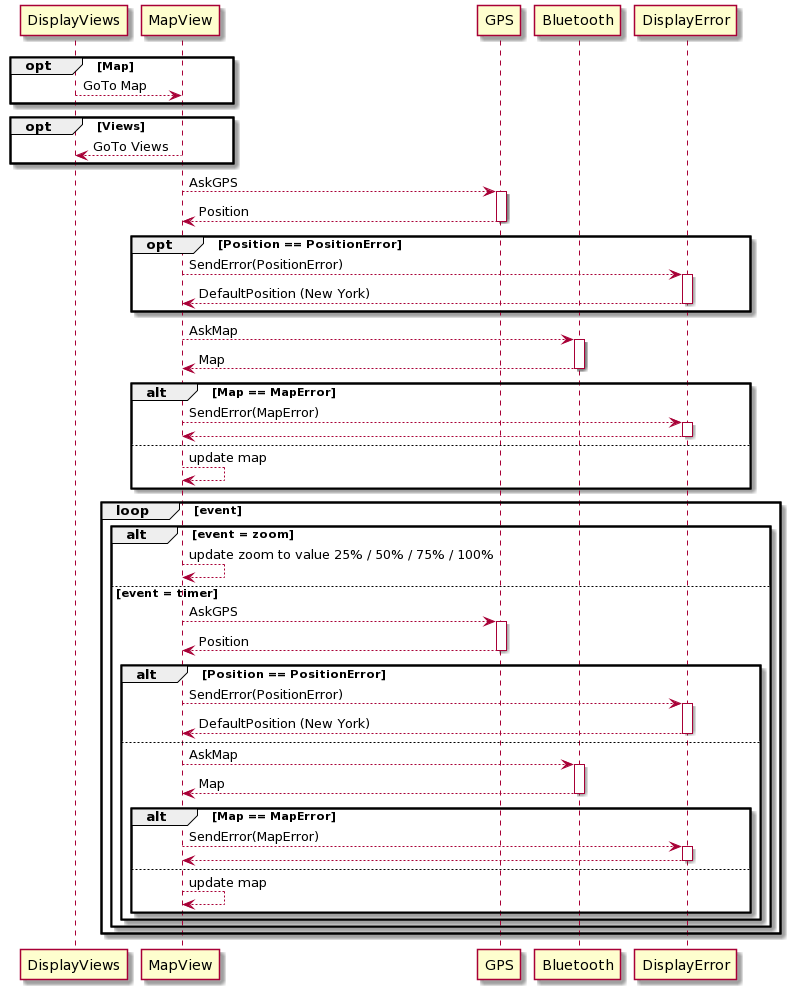
Before: uml/sequence_diagrams/Map.png, a diagram exported from PlantUML (markroche92/sw-eng-smart-watch). Its diagram source:
```plantuml
@startuml
participant DisplayViews
participant MapView
participant GPS
participant Bluetooth
participant DisplayError

opt Map
  DisplayViews --> MapView : GoTo Map
end
opt Views
  MapView --> DisplayViews : GoTo Views
end
MapView--> GPS: AskGPS
Activate GPS
GPS--> MapView: Position
Deactivate GPS
opt Position == PositionError
  MapView--> DisplayError : SendError(PositionError)
  Activate DisplayError
  DisplayError --> MapView: DefaultPosition (New York)
  Deactivate DisplayError
end
MapView--> Bluetooth: AskMap
Activate Bluetooth
Bluetooth--> MapView: Map
Deactivate Bluetooth
alt Map == MapError
  MapView--> DisplayError : SendError(MapError)
  Activate DisplayError
  DisplayError --> MapView:
  Deactivate DisplayError
else
  MapView--> MapView : update map
end
loop event
alt event = zoom
  MapView --> MapView : update zoom to value 25% / 50% / 75% / 100%
else event = timer
MapView--> GPS: AskGPS
Activate GPS
GPS--> MapView: Position
Deactivate GPS
alt Position == PositionError
  MapView--> DisplayError : SendError(PositionError)
  Activate DisplayError
  DisplayError --> MapView: DefaultPosition (New York)
  Deactivate DisplayError
else
MapView--> Bluetooth: AskMap
Activate Bluetooth
Bluetooth--> MapView: Map
Deactivate Bluetooth
alt Map == MapError
  MapView--> DisplayError : SendError(MapError)
  Activate DisplayError
  DisplayError --> MapView:
  Deactivate DisplayError
else
  MapView--> MapView : update map
end
end
end
end
@enduml
```
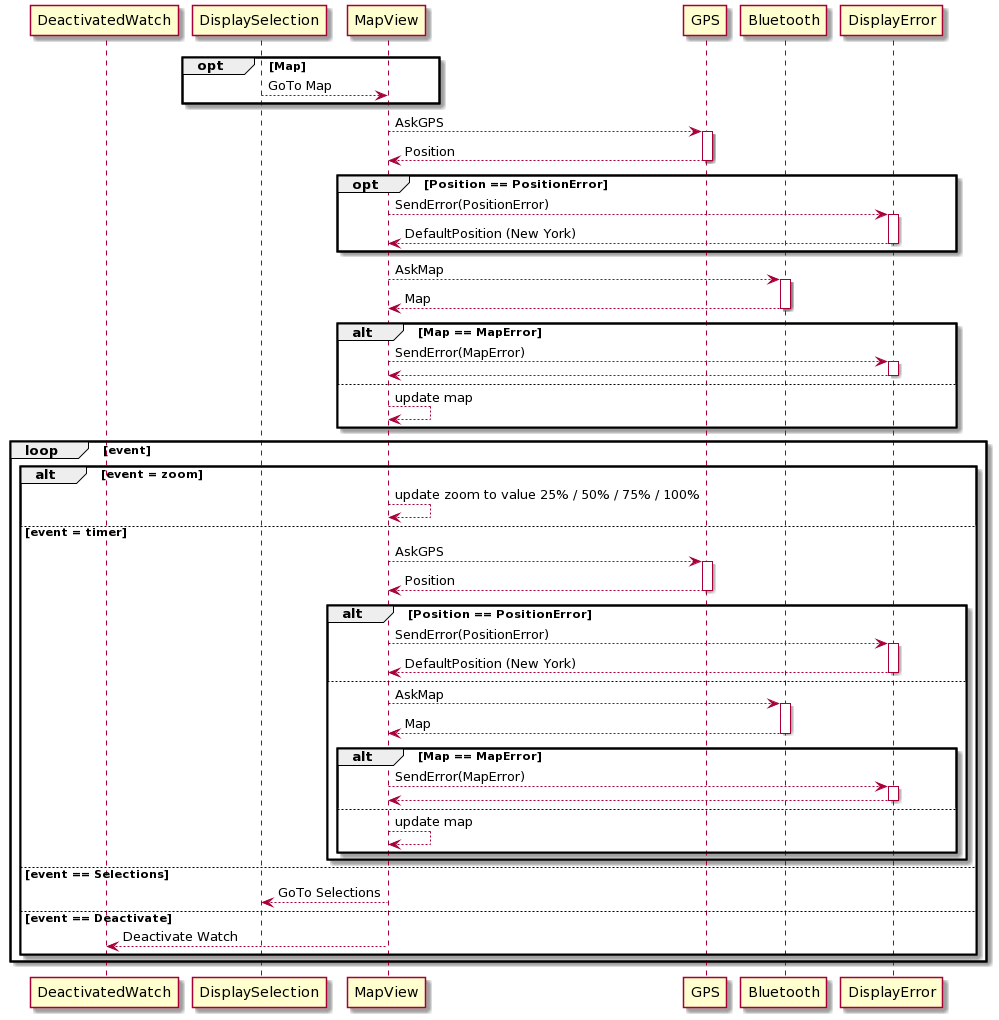
Later version of the same file.

Change to the diagram source:
```diff
@@ -1,15 +1,13 @@
 @startuml
-participant DisplayViews
+participant DeactivatedWatch
+participant DisplaySelection
 participant MapView
 participant GPS
 participant Bluetooth
 participant DisplayError
 
 opt Map
-  DisplayViews --> MapView : GoTo Map
-end
-opt Views
-  MapView --> DisplayViews : GoTo Views
+  DisplaySelection --> MapView : GoTo Map
 end
 MapView--> GPS: AskGPS
 Activate GPS
@@ -60,6 +58,10 @@
   MapView--> MapView : update map
 end
 end
+else event == Selections
+  MapView --> DisplaySelection : GoTo Selections
+else event == Deactivate
+  MapView --> DeactivatedWatch : Deactivate Watch
 end
 end
 @enduml
```
